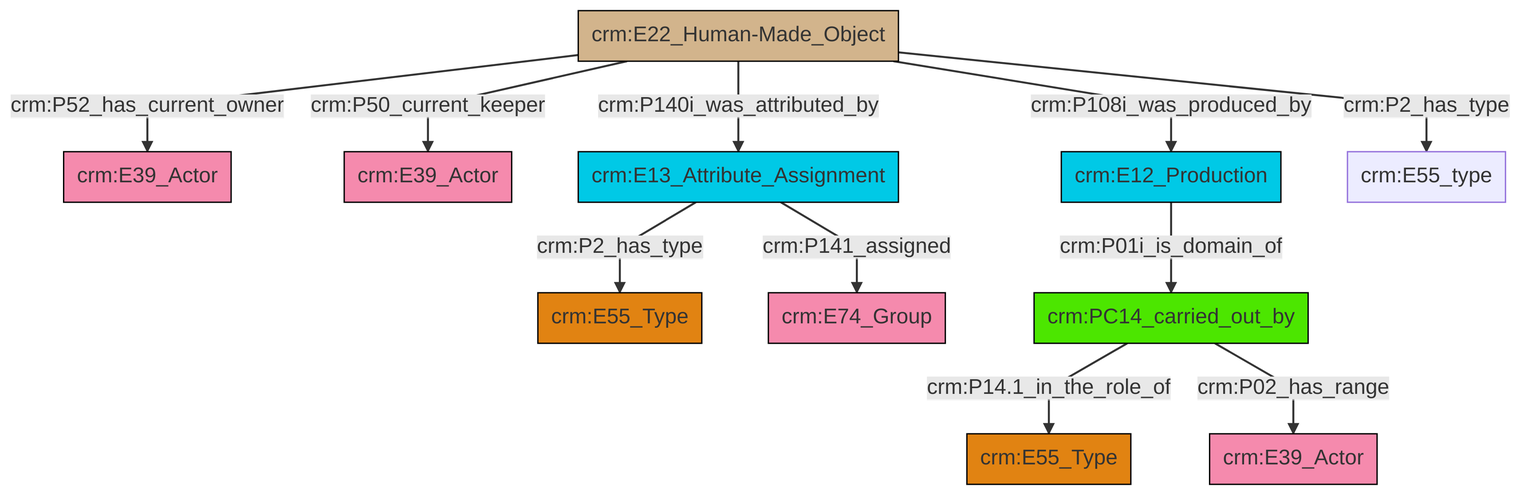
Earlier version of the Mermaid export et/artworkCSV/ttl/mmd/png/Artwork_Actor_Relations.png (swiss-art-research-net/docs.swissartresearch). Its source is kept beside it as et/artworkCSV/ttl/mmd/Artwork_Actor_Relations.ttl.mmd. The source it was exported from:
```mermaid
graph TD
classDef Literal fill:#f2f2f2,stroke:#000000;
classDef CRM_Entity fill:#FFFFFF,stroke:#000000;
classDef Temporal_Entity fill:#00C9E6, stroke:#000000;
classDef Type fill:#E18312, stroke:#000000;
classDef Time-Span fill:#2C9C91, stroke:#000000;
classDef Appellation fill:#FFEB7F, stroke:#000000;
classDef Place fill:#008836, stroke:#000000;
classDef Persistent_Item fill:#B266B2, stroke:#000000;
classDef Conceptual_Object fill:#FFD700, stroke:#000000;
classDef Physical_Thing fill:#D2B48C, stroke:#000000;
classDef Actor fill:#f58aad, stroke:#000000;
classDef PC_Classes fill:#4ce600, stroke:#000000;
classDef Multi fill:#cccccc,stroke:#000000;

0["crm:E13_Attribute_Assignment"]:::Temporal_Entity -->|crm:P2_has_type| 4["crm:E55_Type"]:::Type
2["crm:E22_Human-Made_Object"]:::Physical_Thing -->|crm:P52_has_current_owner| 10["crm:E39_Actor"]:::Actor
2["crm:E22_Human-Made_Object"]:::Physical_Thing -->|crm:P50_current_keeper| 8["crm:E39_Actor"]:::Actor
0["crm:E13_Attribute_Assignment"]:::Temporal_Entity -->|crm:P141_assigned| 14["crm:E74_Group"]:::Actor
16["crm:E12_Production"]:::Temporal_Entity -->|crm:P01i_is_domain_of| 11["crm:PC14_carried_out_by"]:::PC_Classes
2["crm:E22_Human-Made_Object"]:::Physical_Thing -->|crm:P140i_was_attributed_by| 0["crm:E13_Attribute_Assignment"]:::Temporal_Entity
2["crm:E22_Human-Made_Object"]:::Physical_Thing -->|crm:P108i_was_produced_by| 16["crm:E12_Production"]:::Temporal_Entity
11["crm:PC14_carried_out_by"]:::PC_Classes -->|crm:P14.1_in_the_role_of| 6["crm:E55_Type"]:::Type
11["crm:PC14_carried_out_by"]:::PC_Classes -->|crm:P02_has_range| 19["crm:E39_Actor"]:::Actor
2["crm:E22_Human-Made_Object"]:::Physical_Thing -->|crm:P2_has_type| 17["crm:E55_type"]:::Default
```
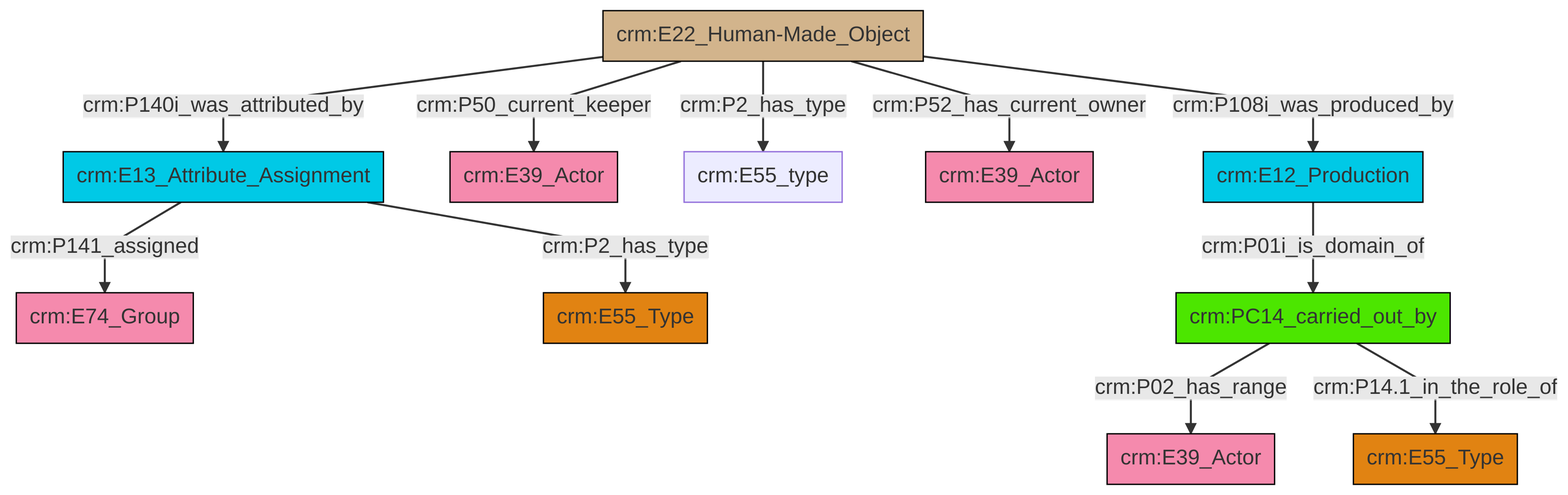
After the commit.

Change to the diagram source:
```diff
@@ -13,13 +13,13 @@
 classDef PC_Classes fill:#4ce600, stroke:#000000;
 classDef Multi fill:#cccccc,stroke:#000000;
 
-0["crm:E13_Attribute_Assignment"]:::Temporal_Entity -->|crm:P2_has_type| 4["crm:E55_Type"]:::Type
-2["crm:E22_Human-Made_Object"]:::Physical_Thing -->|crm:P52_has_current_owner| 10["crm:E39_Actor"]:::Actor
-2["crm:E22_Human-Made_Object"]:::Physical_Thing -->|crm:P50_current_keeper| 8["crm:E39_Actor"]:::Actor
-0["crm:E13_Attribute_Assignment"]:::Temporal_Entity -->|crm:P141_assigned| 14["crm:E74_Group"]:::Actor
-16["crm:E12_Production"]:::Temporal_Entity -->|crm:P01i_is_domain_of| 11["crm:PC14_carried_out_by"]:::PC_Classes
-2["crm:E22_Human-Made_Object"]:::Physical_Thing -->|crm:P140i_was_attributed_by| 0["crm:E13_Attribute_Assignment"]:::Temporal_Entity
-2["crm:E22_Human-Made_Object"]:::Physical_Thing -->|crm:P108i_was_produced_by| 16["crm:E12_Production"]:::Temporal_Entity
-11["crm:PC14_carried_out_by"]:::PC_Classes -->|crm:P14.1_in_the_role_of| 6["crm:E55_Type"]:::Type
-11["crm:PC14_carried_out_by"]:::PC_Classes -->|crm:P02_has_range| 19["crm:E39_Actor"]:::Actor
-2["crm:E22_Human-Made_Object"]:::Physical_Thing -->|crm:P2_has_type| 17["crm:E55_type"]:::Default
+8["crm:E22_Human-Made_Object"]:::Physical_Thing -->|crm:P2_has_type| 10["crm:E55_type"]:::Default
+8["crm:E22_Human-Made_Object"]:::Physical_Thing -->|crm:P108i_was_produced_by| 0["crm:E12_Production"]:::Temporal_Entity
+13["crm:PC14_carried_out_by"]:::PC_Classes -->|crm:P02_has_range| 14["crm:E39_Actor"]:::Actor
+0["crm:E12_Production"]:::Temporal_Entity -->|crm:P01i_is_domain_of| 13["crm:PC14_carried_out_by"]:::PC_Classes
+13["crm:PC14_carried_out_by"]:::PC_Classes -->|crm:P14.1_in_the_role_of| 6["crm:E55_Type"]:::Type
+8["crm:E22_Human-Made_Object"]:::Physical_Thing -->|crm:P52_has_current_owner| 16["crm:E39_Actor"]:::Actor
+17["crm:E13_Attribute_Assignment"]:::Temporal_Entity -->|crm:P2_has_type| 11["crm:E55_Type"]:::Type
+8["crm:E22_Human-Made_Object"]:::Physical_Thing -->|crm:P140i_was_attributed_by| 17["crm:E13_Attribute_Assignment"]:::Temporal_Entity
+17["crm:E13_Attribute_Assignment"]:::Temporal_Entity -->|crm:P141_assigned| 2["crm:E74_Group"]:::Actor
+8["crm:E22_Human-Made_Object"]:::Physical_Thing -->|crm:P50_current_keeper| 4["crm:E39_Actor"]:::Actor
```
